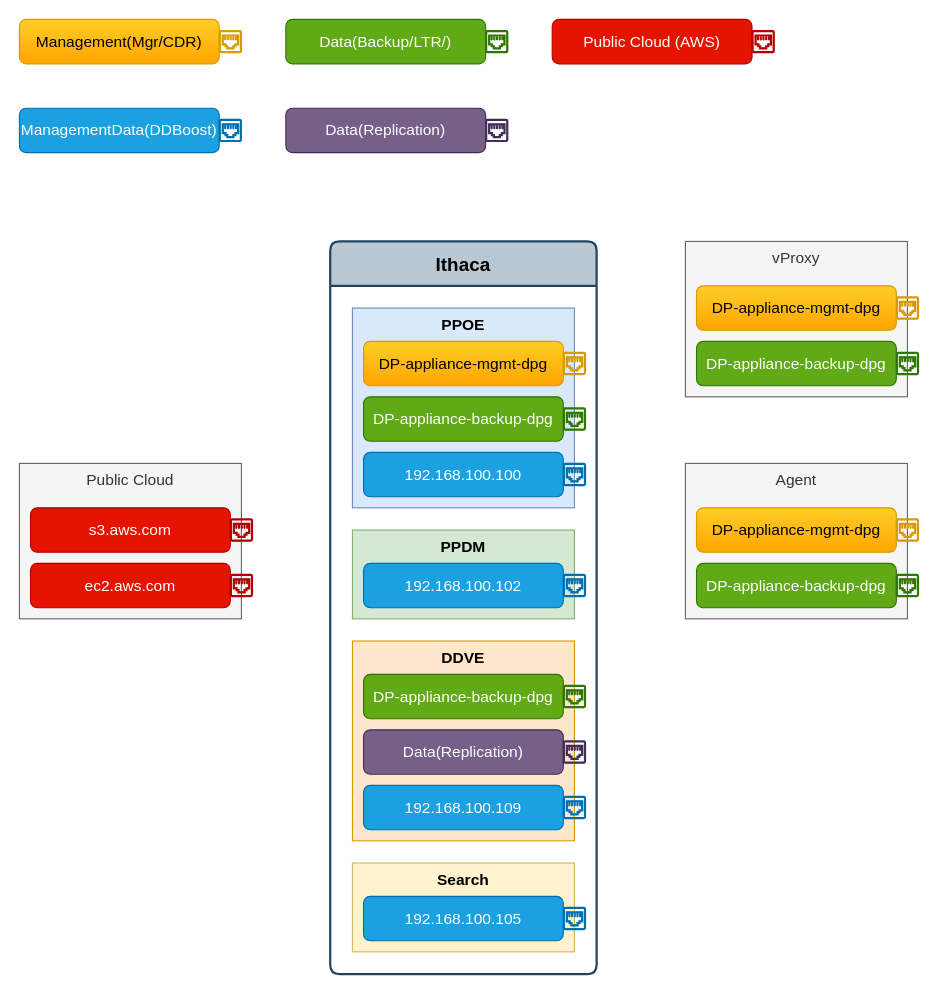
The draw.io diagram page "Appliance" (11 of 15) of VLAN.drawio in gaivin/drawio, before the edit. Source tidied: cells renumbered, new cells numbered last; positions are measured from the earlier drawing's top-left corner, leaving out a move shared by most shapes. Both pictures are drawn from the tidied source at 111%, with x=0, y=0 at pixel (19, 19).
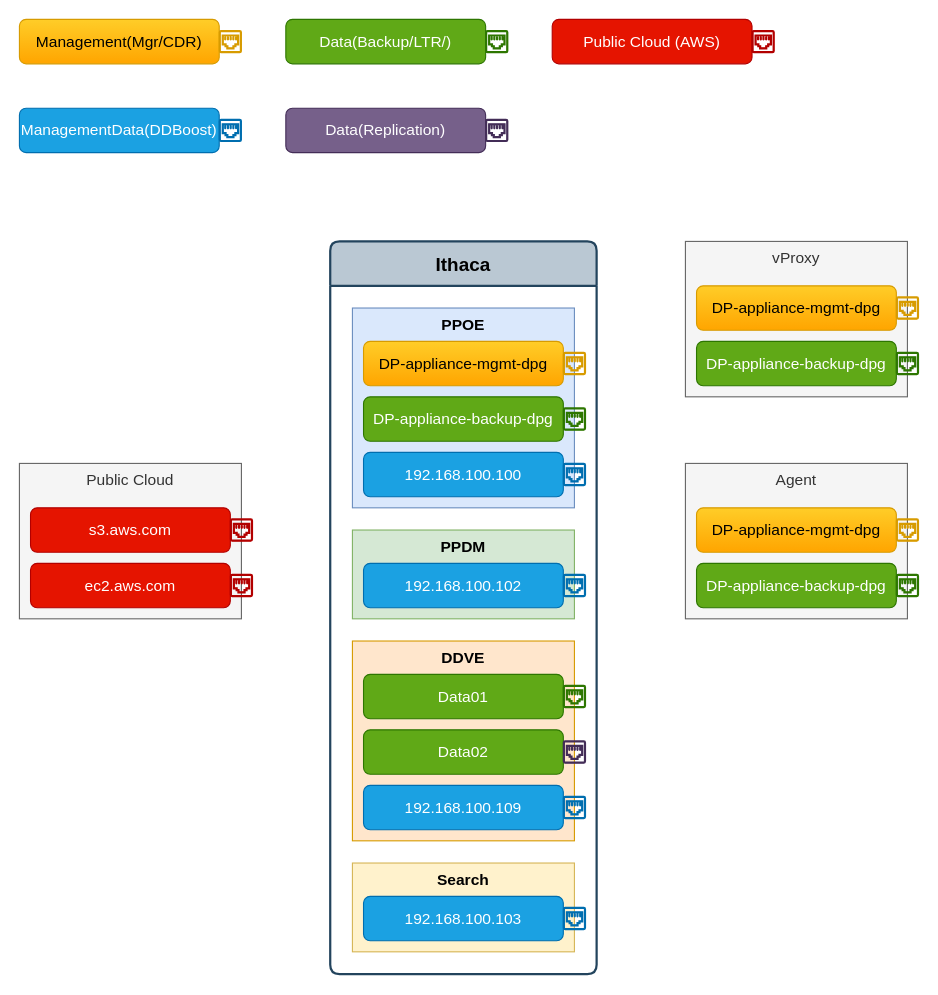
After the change.

Unchanged cells that the change refers to:
```xml
<mxCell id="2" value="Ithaca" style="swimlane;startSize=40;fontSize=17;rounded=1;arcSize=7;glass=0;shadow=0;sketch=0;fillColor=#bac8d3;strokeColor=#23445d;strokeWidth=2;" parent="1" vertex="1">
  <mxGeometry x="280" y="200" width="240" height="660" as="geometry" />
</mxCell>
<mxCell id="16" style="group;" parent="2" vertex="1">
  <mxGeometry x="30" y="590" width="200" height="40" as="geometry" />
</mxCell>
```

Change to the diagram source:
```diff
@@
-    <mxCell id="17" value="192.168.100.105" style="rounded=1;whiteSpace=wrap;html=1;shadow=0;glass=0;sketch=0;fontSize=14;fillColor=#1ba1e2;fontColor=#ffffff;strokeColor=#006EAF;" parent="16" vertex="1">
+    <mxCell id="17" value="192.168.100.103" style="rounded=1;whiteSpace=wrap;html=1;shadow=0;glass=0;sketch=0;fontSize=14;fillColor=#1ba1e2;fontColor=#ffffff;strokeColor=#006EAF;" parent="16" vertex="1">
       <mxGeometry width="180" height="40" as="geometry" />
     </mxCell>
@@
-    <mxCell id="23" value="DP-appliance-backup-dpg" style="rounded=1;whiteSpace=wrap;html=1;shadow=0;glass=0;sketch=0;fontSize=14;fillColor=#60a917;strokeColor=#2D7600;fontColor=#ffffff;" parent="2" vertex="1">
+    <mxCell id="23" value="Data01" style="rounded=1;whiteSpace=wrap;html=1;shadow=0;glass=0;sketch=0;fontSize=14;fillColor=#60a917;strokeColor=#2D7600;fontColor=#ffffff;" parent="2" vertex="1">
       <mxGeometry x="30" y="390" width="180" height="40" as="geometry" />
     </mxCell>
@@
-    <mxCell id="25" value="Data(Replication)" style="rounded=1;whiteSpace=wrap;html=1;shadow=0;glass=0;sketch=0;fontSize=14;fillColor=#76608a;strokeColor=#432D57;fontColor=#ffffff;" parent="2" vertex="1">
+    <mxCell id="25" value="Data02" style="rounded=1;whiteSpace=wrap;html=1;shadow=0;glass=0;sketch=0;fontSize=14;fillColor=#60a917;strokeColor=#2D7600;fontColor=#ffffff;" parent="2" vertex="1">
       <mxGeometry x="30" y="440" width="180" height="40" as="geometry" />
     </mxCell>
```
